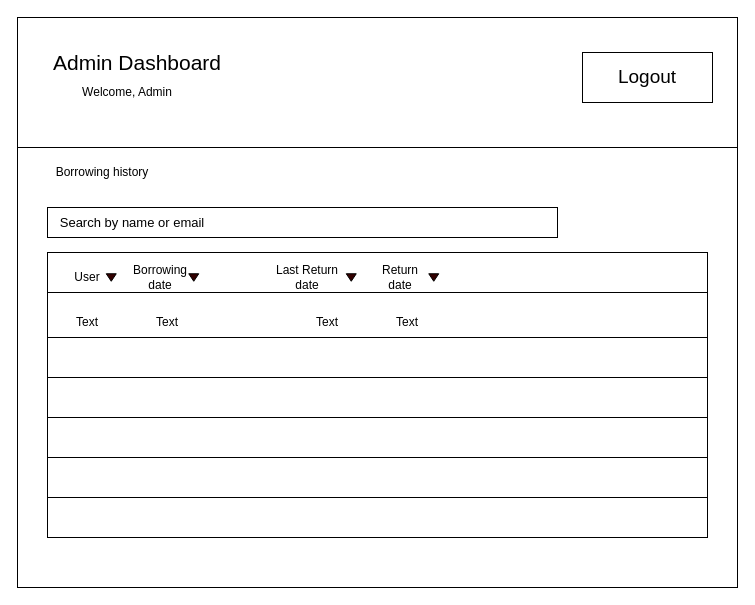
Before: documentation/product-history/product-history.drawio in turkuai/laina, a draw.io diagram. Source tidied: cells renumbered, new cells numbered last; positions are measured from the earlier drawing's top-left corner, leaving out a move shared by most shapes. Both pictures are drawn from the tidied source at 100%, with x=0, y=0 at pixel (17, 17).
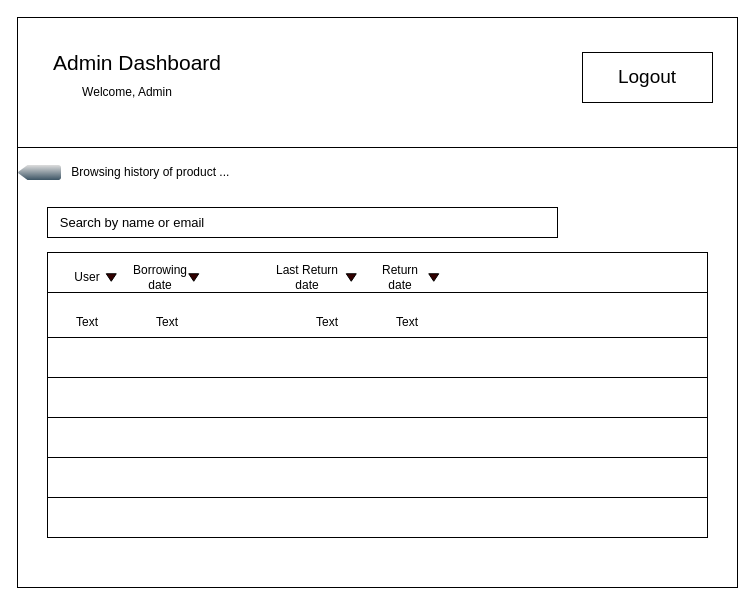
After the change.

Commit message (it also covers changes not shown here):
borrowing history diagram

What changed in the source:
```diff
@@
-    <mxCell id="8" value="Borrowing history" style="text;html=1;whiteSpace=wrap;strokeColor=none;fillColor=none;align=center;verticalAlign=middle;rounded=0;" parent="1" vertex="1">
-      <mxGeometry x="20" y="140" width="130" height="30" as="geometry" />
+    <mxCell id="8" value="Browsing history of product ...&amp;nbsp;" style="text;html=1;whiteSpace=wrap;strokeColor=none;fillColor=none;align=center;verticalAlign=middle;rounded=0;" parent="1" vertex="1">
+      <mxGeometry x="20" y="140" width="230" height="30" as="geometry" />
     </mxCell>
@@
+    <mxCell id="28" value="&lt;div&gt;&lt;br&gt;&lt;/div&gt;&lt;div&gt;&lt;br&gt;&lt;/div&gt;" style="strokeWidth=1;html=1;shadow=0;dashed=0;shape=mxgraph.ios.iButtonBack;strokeColor=#444444;fontColor=#ffffff;buttonText=;fontSize=8;fillColor=#dddddd;fillColor2=#3D5565;spacingLeft=10;whiteSpace=wrap;align=center;sketch=0;" parent="1" vertex="1">
+      <mxGeometry y="147.5" width="43.5" height="15" as="geometry" />
+    </mxCell>
```
